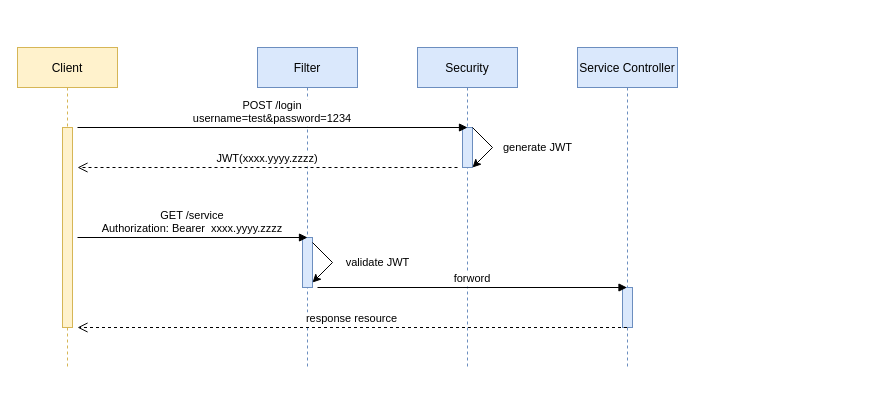
The draw.io diagram JWT Sequence Diagram.drawio in donghyeok-dev/demo, before the edit. Source tidied: cells renumbered, new cells numbered last; positions are measured from the earlier drawing's top-left corner, leaving out a move shared by most shapes. Both pictures are drawn from the tidied source at 100%, with x=0, y=0 at pixel (17, 47).
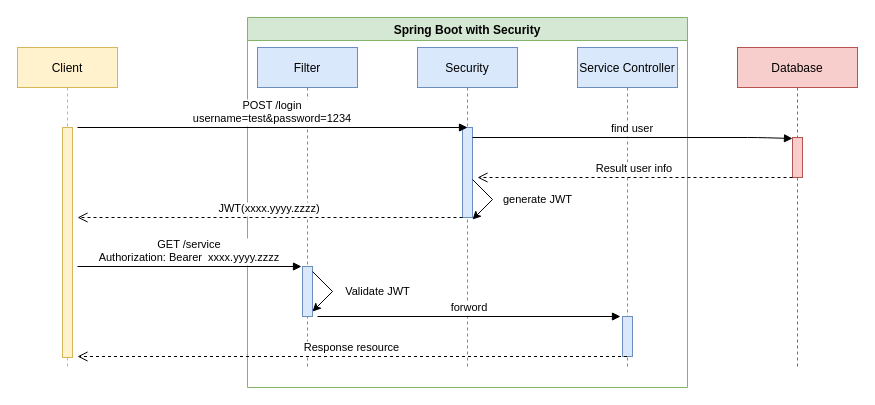
After the change.

Unchanged cells that the change refers to:
```xml
<mxCell id="2" value="Client" style="shape=umlLifeline;perimeter=lifelinePerimeter;rounded=0;shadow=0;strokeWidth=1;fillColor=#fff2cc;strokeColor=#d6b656;" parent="1" vertex="1">
  <mxGeometry width="100" height="320" as="geometry" />
</mxCell>
<mxCell id="4" value="Filter" style="shape=umlLifeline;perimeter=lifelinePerimeter;rounded=0;shadow=0;strokeWidth=1;fillColor=#dae8fc;strokeColor=#6c8ebf;" parent="1" vertex="1">
  <mxGeometry x="240" width="100" height="320" as="geometry" />
</mxCell>
<mxCell id="8" value="Security" style="shape=umlLifeline;perimeter=lifelinePerimeter;rounded=0;shadow=0;strokeWidth=1;fillColor=#dae8fc;strokeColor=#6c8ebf;" parent="1" vertex="1">
  <mxGeometry x="400" width="100" height="320" as="geometry" />
</mxCell>
<mxCell id="11" value="Service Controller" style="shape=umlLifeline;perimeter=lifelinePerimeter;rounded=0;shadow=0;strokeWidth=1;fillColor=#dae8fc;strokeColor=#6c8ebf;" parent="1" vertex="1">
  <mxGeometry x="560" width="100" height="320" as="geometry" />
</mxCell>
```

What changed in the source:
```diff
@@
+    <mxCell id="17" value="Spring Boot with Security" style="swimlane;fillColor=#d5e8d4;strokeColor=#82b366;" parent="1" vertex="1">
+      <mxGeometry x="230" y="-30" width="440" height="370" as="geometry" />
+    </mxCell>
@@
     <mxCell id="3" style="perimeter=orthogonalPerimeter;rounded=0;shadow=0;strokeWidth=1;fillColor=#fff2cc;strokeColor=#d6b656;" parent="2" vertex="1">
-      <mxGeometry x="45" y="80" width="10" height="200" as="geometry" />
+      <mxGeometry x="45" y="80" width="10" height="230" as="geometry" />
     </mxCell>
@@
     <mxCell id="5" style="points=[];perimeter=orthogonalPerimeter;rounded=0;shadow=0;strokeWidth=1;fillColor=#dae8fc;strokeColor=#6c8ebf;" parent="4" vertex="1">
-      <mxGeometry x="45" y="190" width="10" height="50" as="geometry" />
+      <mxGeometry x="45" y="219" width="10" height="50" as="geometry" />
     </mxCell>
-    <mxCell id="6" value="validate JWT" style="endArrow=classic;html=1;rounded=0;" parent="4" edge="1">
+    <mxCell id="6" value="Validate JWT" style="endArrow=classic;html=1;rounded=0;" parent="4" edge="1">
       <mxGeometry y="45" relative="1" as="geometry">
-        <mxPoint x="55" y="195" as="sourcePoint" />
-        <mxPoint x="55" y="235" as="targetPoint" />
+        <mxPoint x="55" y="224" as="sourcePoint" />
+        <mxPoint x="55" y="264" as="targetPoint" />
         <Array as="points">
-          <mxPoint x="75" y="215" />
+          <mxPoint x="75" y="244" />
         </Array>
         <mxPoint x="13" y="-32" as="offset" />
       </mxGeometry>
     </mxCell>
-    <mxCell id="7" value="JWT(xxxx.yyyy.zzzz)" style="verticalAlign=bottom;endArrow=open;dashed=1;endSize=8;exitX=0;exitY=0.95;shadow=0;strokeWidth=1;" parent="1" edge="1">
-      <mxGeometry relative="1" as="geometry">
-        <mxPoint x="440" y="120" as="sourcePoint" />
-        <mxPoint x="60" y="120" as="targetPoint" />
-      </mxGeometry>
-    </mxCell>
@@
     <mxCell id="9" style="points=[];perimeter=orthogonalPerimeter;rounded=0;shadow=0;strokeWidth=1;fillColor=#dae8fc;strokeColor=#6c8ebf;" parent="8" vertex="1">
-      <mxGeometry x="45" y="80" width="10" height="40" as="geometry" />
+      <mxGeometry x="45" y="80" width="10" height="90" as="geometry" />
     </mxCell>
     <mxCell id="10" value="generate JWT" style="endArrow=classic;html=1;rounded=0;" parent="8" edge="1">
       <mxGeometry y="45" relative="1" as="geometry">
-        <mxPoint x="55" y="80" as="sourcePoint" />
-        <mxPoint x="55" y="120" as="targetPoint" />
+        <mxPoint x="55" y="132" as="sourcePoint" />
+        <mxPoint x="55" y="172" as="targetPoint" />
         <Array as="points">
-          <mxPoint x="75" y="100" />
+          <mxPoint x="75" y="152" />
         </Array>
         <mxPoint x="13" y="-32" as="offset" />
       </mxGeometry>
     </mxCell>
+    <mxCell id="7" value="JWT(xxxx.yyyy.zzzz)" style="verticalAlign=bottom;endArrow=open;dashed=1;endSize=8;exitX=0;exitY=0.95;shadow=0;strokeWidth=1;" parent="8" edge="1">
+      <mxGeometry relative="1" as="geometry">
+        <mxPoint x="45" y="170" as="sourcePoint" />
+        <mxPoint x="-340" y="170" as="targetPoint" />
+      </mxGeometry>
+    </mxCell>
@@
     <mxCell id="12" style="points=[];perimeter=orthogonalPerimeter;rounded=0;shadow=0;strokeWidth=1;fillColor=#dae8fc;strokeColor=#6c8ebf;" parent="11" vertex="1">
-      <mxGeometry x="45" y="240" width="10" height="40" as="geometry" />
+      <mxGeometry x="45" y="269" width="10" height="40" as="geometry" />
     </mxCell>
-    <mxCell id="13" value="GET /service&#10;Authorization: Bearer  xxxx.yyyy.zzzz" style="verticalAlign=bottom;endArrow=block;shadow=0;strokeWidth=1;entryX=0.5;entryY=0;entryDx=0;entryDy=0;entryPerimeter=0;" parent="1" edge="1" target="5">
+    <mxCell id="13" value="GET /service&#10;Authorization: Bearer  xxxx.yyyy.zzzz" style="verticalAlign=bottom;endArrow=block;shadow=0;strokeWidth=1;entryX=-0.1;entryY=0;entryDx=0;entryDy=0;entryPerimeter=0;" parent="1" edge="1" target="5">
       <mxGeometry relative="1" as="geometry">
-        <mxPoint x="60" y="190" as="sourcePoint" />
+        <mxPoint x="60" y="219" as="sourcePoint" />
       </mxGeometry>
     </mxCell>
-    <mxCell id="14" value="forword" style="verticalAlign=bottom;endArrow=block;shadow=0;strokeWidth=1;" parent="1" edge="1" target="11">
+    <mxCell id="14" value="forword" style="verticalAlign=bottom;endArrow=block;shadow=0;strokeWidth=1;entryX=-0.2;entryY=0;entryDx=0;entryDy=0;entryPerimeter=0;" parent="1" edge="1" target="12">
       <mxGeometry relative="1" as="geometry">
-        <mxPoint x="300" y="240" as="sourcePoint" />
+        <mxPoint x="300" y="269" as="sourcePoint" />
       </mxGeometry>
     </mxCell>
-    <mxCell id="15" value="response resource" style="verticalAlign=bottom;endArrow=open;dashed=1;endSize=8;shadow=0;strokeWidth=1;" parent="1" edge="1" source="11">
+    <mxCell id="15" value="Response resource" style="verticalAlign=bottom;endArrow=open;dashed=1;endSize=8;shadow=0;strokeWidth=1;" parent="1" edge="1">
       <mxGeometry relative="1" as="geometry">
-        <mxPoint x="60" y="280" as="targetPoint" />
+        <mxPoint x="609.5" y="309" as="sourcePoint" />
+        <mxPoint x="60" y="309" as="targetPoint" />
       </mxGeometry>
     </mxCell>
@@
+    <mxCell id="18" value="Database" style="shape=umlLifeline;perimeter=lifelinePerimeter;rounded=0;shadow=0;strokeWidth=1;fillColor=#f8cecc;strokeColor=#b85450;" parent="1" vertex="1">
+      <mxGeometry x="720" width="120" height="320" as="geometry" />
+    </mxCell>
+    <mxCell id="19" style="points=[];perimeter=orthogonalPerimeter;rounded=0;shadow=0;strokeWidth=1;fillColor=#f8cecc;strokeColor=#b85450;" parent="18" vertex="1">
+      <mxGeometry x="55" y="90" width="10" height="40" as="geometry" />
+    </mxCell>
+    <mxCell id="20" value="find user" style="verticalAlign=bottom;endArrow=block;shadow=0;strokeWidth=1;entryX=0;entryY=0.025;entryDx=0;entryDy=0;entryPerimeter=0;" parent="18" edge="1" target="19">
+      <mxGeometry relative="1" as="geometry">
+        <mxPoint x="-265" y="90" as="sourcePoint" />
+        <Array as="points">
+          <mxPoint x="20" y="90" />
+        </Array>
+      </mxGeometry>
+    </mxCell>
+    <mxCell id="21" value="Result user info" style="verticalAlign=bottom;endArrow=open;dashed=1;endSize=8;shadow=0;strokeWidth=1;exitX=0;exitY=1;exitDx=0;exitDy=0;exitPerimeter=0;" parent="1" edge="1" source="19">
+      <mxGeometry relative="1" as="geometry">
+        <mxPoint x="460" y="130" as="targetPoint" />
+      </mxGeometry>
+    </mxCell>
```
